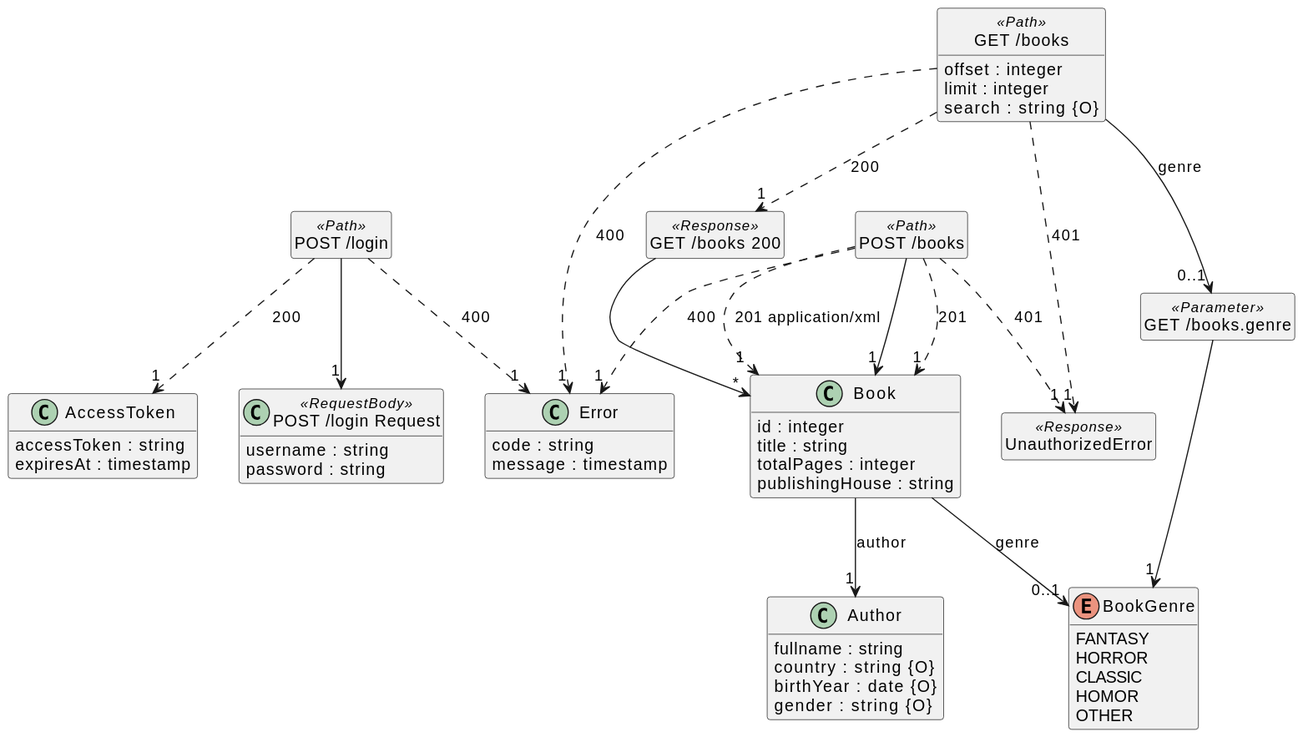
davidmoten/openapi-to-plantuml keeps this PlantUML diagram as src/docs/demos/bookstore.svg. Above is the earlier version.
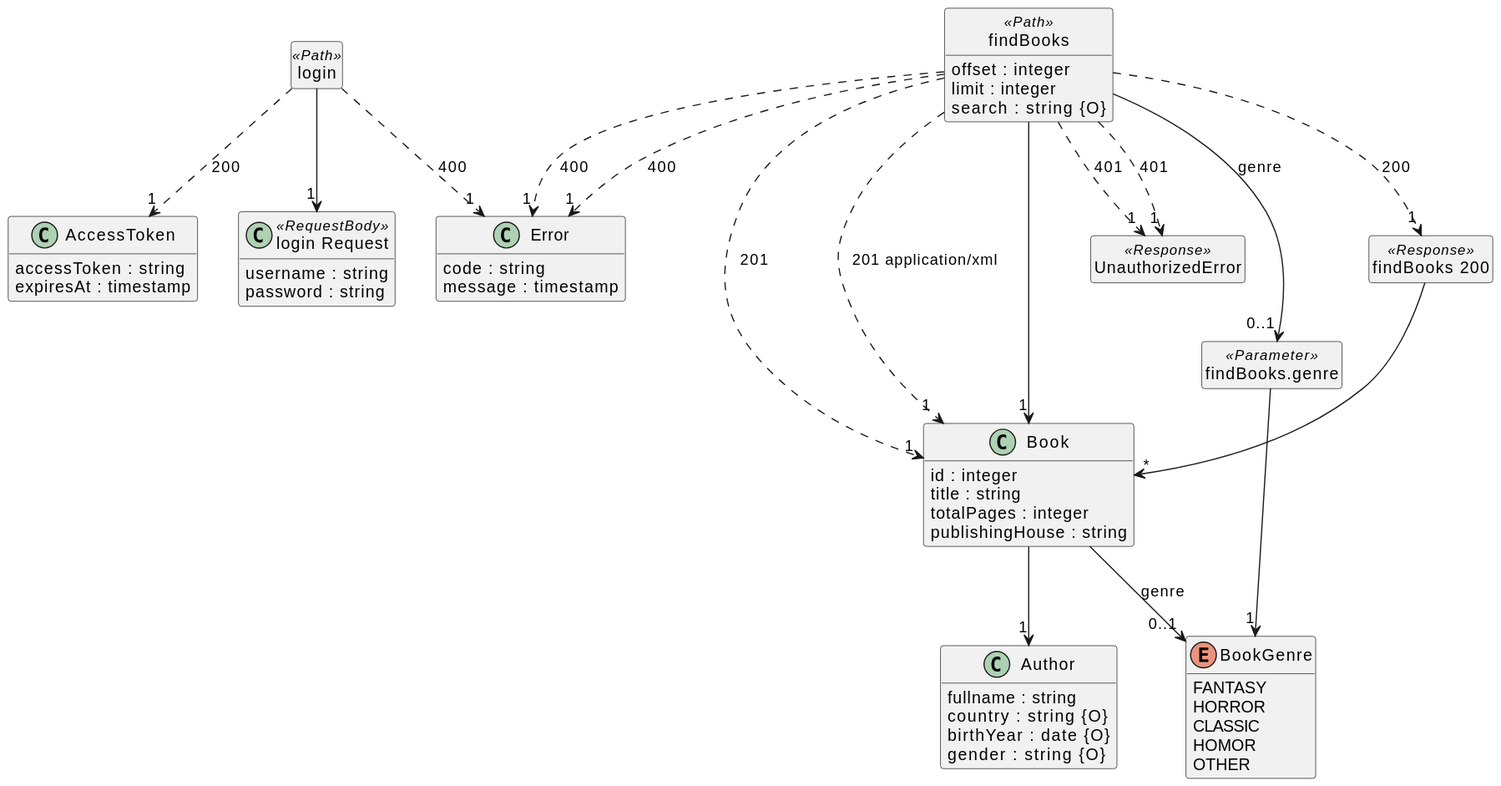
The same file after the commit.

Commit message:
use operationId as path names

The edit, as a diff of the source:
```diff
@@ -41,58 +41,58 @@
 class "UnauthorizedError" <<Response>> {
 }
 
-class "POST /login" <<Path>> {
+class "login" <<Path>> {
 }
 
-class "POST /login Request" <<RequestBody>> {
+class "login Request" <<RequestBody>> {
   {field} username : string
   {field} password : string
 }
 
-class "GET /books" <<Path>> {
+class "findBooks" <<Path>> {
   {field} offset : integer
   {field} limit : integer
   {field} search : string {O}
 }
 
-class "GET /books.genre" <<Parameter>> {
+class "findBooks.genre" <<Parameter>> {
 }
 
-class "GET /books 200" <<Response>> {
+class "findBooks 200" <<Response>> {
 }
 
-class "POST /books" <<Path>> {
+class "findBooks" <<Path>> {
 }
 
 "Book" --> "0..1" "BookGenre"  :  "genre"
 
-"Book" --> "1" "Author"  :  "author"
+"Book" --> "1" "Author"
 
-"POST /login" ..> "1" "AccessToken"  :  "200"
+"login" ..> "1" "AccessToken"  :  "200"
 
-"POST /login" ..> "1" "Error"  :  "400"
+"login" ..> "1" "Error"  :  "400"
 
-"POST /login" --> "1" "POST /login Request"
+"login" --> "1" "login Request"
 
-"GET /books.genre" --> "1" "BookGenre"
+"findBooks.genre" --> "1" "BookGenre"
 
-"GET /books" --> "0..1" "GET /books.genre"  :  "genre"
+"findBooks" --> "0..1" "findBooks.genre"  :  "genre"
 
-"GET /books 200" --> "*" "Book"
+"findBooks 200" --> "*" "Book"
 
-"GET /books" ..> "1" "GET /books 200"  :  "200"
+"findBooks" ..> "1" "findBooks 200"  :  "200"
 
-"GET /books" ..> "1" "UnauthorizedError"  :  "401"
+"findBooks" ..> "1" "UnauthorizedError"  :  "401"
 
-"GET /books" ..> "1" "Error"  :  "400"
+"findBooks" ..> "1" "Error"  :  "400"
 
-"POST /books" ..> "1" "Book"  :  "201"
+"findBooks" ..> "1" "Book"  :  "201"
 
-"POST /books" ..> "1" "Book"  :  "201 application/xml"
+"findBooks" ..> "1" "Book"  :  "201 application/xml"
 
-"POST /books" ..> "1" "Error"  :  "400"
+"findBooks" ..> "1" "Error"  :  "400"
 
-"POST /books" ..> "1" "UnauthorizedError"  :  "401"
+"findBooks" ..> "1" "UnauthorizedError"  :  "401"
 
-"POST /books" --> "1" "Book"
+"findBooks" --> "1" "Book"
 @enduml
```
